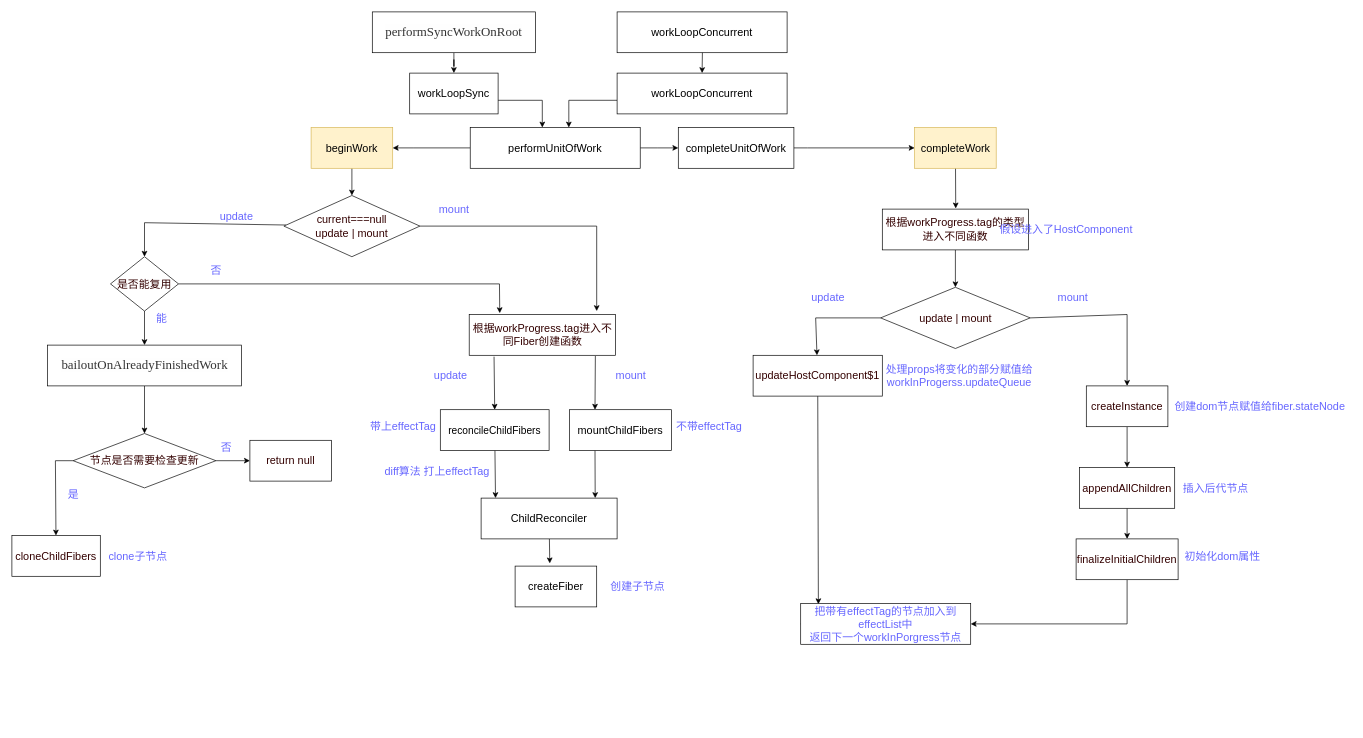
xiaochen1024/react_code keeps this draw.io diagram as page "Page-5" (5 of 9) of 第五章_0.drawio. Above is the earlier version. Source tidied: cells renumbered, new cells numbered last; positions are measured from the earlier drawing's top-left corner, leaving out a move shared by most shapes. Both pictures are drawn from the tidied source at 68%, with x=0, y=0 at pixel (12, 12).
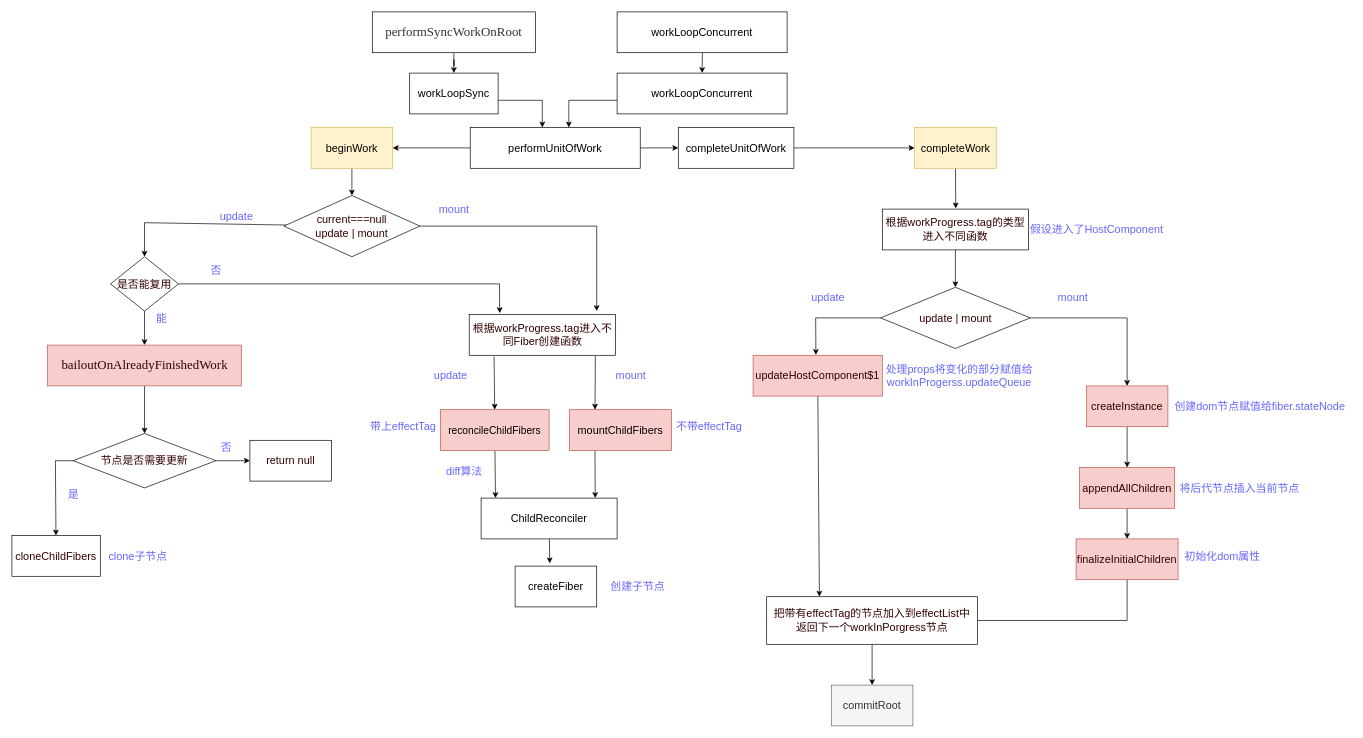
The same diagram, later.

Unchanged cells that the change refers to:
```xml
<mxCell id="55" value="&lt;font color=&quot;#330000&quot;&gt;update | mount&lt;/font&gt;" style="rhombus;whiteSpace=wrap;html=1;strokeWidth=1;fontSize=16;fontColor=#6666FF;" parent="1" vertex="1">
  <mxGeometry x="1277.5" y="405" width="220" height="90" as="geometry" />
</mxCell>
```

What changed in the source:
```diff
@@
-    <mxCell id="20" value="&lt;font style=&quot;font-size: 16px&quot;&gt;&lt;span style=&quot;font-size: 15px&quot;&gt;reconcileChildFibers&lt;/span&gt;&lt;br&gt;&lt;/font&gt;" style="whiteSpace=wrap;html=1;rounded=0;strokeWidth=1;" parent="1" vertex="1">
+    <mxCell id="20" value="&lt;font style=&quot;font-size: 16px&quot;&gt;&lt;span style=&quot;font-size: 15px&quot;&gt;reconcileChildFibers&lt;/span&gt;&lt;br&gt;&lt;/font&gt;" style="whiteSpace=wrap;html=1;rounded=0;strokeWidth=1;fillColor=#f8cecc;strokeColor=#b85450;" parent="1" vertex="1">
       <mxGeometry x="630" y="585" width="160" height="60" as="geometry" />
     </mxCell>
@@
-    <mxCell id="22" value="&lt;span style=&quot;font-size: 16px&quot;&gt;mountChildFibers&lt;/span&gt;" style="whiteSpace=wrap;html=1;rounded=0;strokeWidth=1;" parent="1" vertex="1">
+    <mxCell id="22" value="&lt;span style=&quot;font-size: 16px&quot;&gt;mountChildFibers&lt;/span&gt;" style="whiteSpace=wrap;html=1;rounded=0;strokeWidth=1;fillColor=#f8cecc;strokeColor=#b85450;" parent="1" vertex="1">
       <mxGeometry x="820" y="585" width="150" height="60" as="geometry" />
     </mxCell>
@@
-    <mxCell id="33" value="&lt;span style=&quot;color: rgb(51 , 51 , 51) ; font-family: &amp;#34;vollkorn&amp;#34; , &amp;#34;palatino&amp;#34; , &amp;#34;times&amp;#34; ; font-size: 19px ; text-align: justify ; background-color: rgb(254 , 254 , 254)&quot;&gt;bailoutOnAlreadyFinishedWork&lt;/span&gt;" style="rounded=0;whiteSpace=wrap;html=1;strokeWidth=1;fontSize=16;fontColor=#6666FF;" parent="1" vertex="1">
+    <mxCell id="33" value="&lt;span style=&quot;font-family: &amp;#34;vollkorn&amp;#34; , &amp;#34;palatino&amp;#34; , &amp;#34;times&amp;#34; ; font-size: 19px ; text-align: justify ; background-color: rgb(248 , 206 , 204)&quot;&gt;&lt;font color=&quot;#330000&quot;&gt;bailoutOnAlreadyFinishedWork&lt;/font&gt;&lt;/span&gt;" style="rounded=0;whiteSpace=wrap;html=1;strokeWidth=1;fontSize=16;strokeColor=#b85450;fillColor=#f8cecc;" parent="1" vertex="1">
       <mxGeometry x="52.5" y="490" width="285" height="60" as="geometry" />
     </mxCell>
@@
-    <mxCell id="43" value="&lt;font color=&quot;#330000&quot;&gt;节点是否需要检查更新&lt;/font&gt;" style="rhombus;whiteSpace=wrap;html=1;strokeWidth=1;fontSize=16;fontColor=#6666FF;" parent="1" vertex="1">
+    <mxCell id="43" value="&lt;font color=&quot;#330000&quot;&gt;节点是否需要更新&lt;/font&gt;" style="rhombus;whiteSpace=wrap;html=1;strokeWidth=1;fontSize=16;fontColor=#6666FF;" parent="1" vertex="1">
       <mxGeometry x="90" y="620" width="210" height="80" as="geometry" />
     </mxCell>
@@
-    <mxCell id="46" value="diff算法 打上effectTag" style="text;html=1;align=center;verticalAlign=middle;fontSize=16;fontColor=#6666FF;" parent="1" vertex="1">
-      <mxGeometry x="540" y="665" width="170" height="20" as="geometry" />
+    <mxCell id="46" value="diff算法" style="text;html=1;align=center;verticalAlign=middle;fontSize=16;fontColor=#6666FF;" parent="1" vertex="1">
+      <mxGeometry x="630" y="665" width="70" height="20" as="geometry" />
     </mxCell>
@@
     <mxCell id="53" style="edgeStyle=none;rounded=0;jettySize=auto;html=1;entryX=0.5;entryY=0;entryDx=0;entryDy=0;strokeWidth=1;fontSize=16;fontColor=#6666FF;exitX=1;exitY=0.5;exitDx=0;exitDy=0;" parent="1" edge="1" source="55" target="57">
       <mxGeometry relative="1" as="geometry">
         <Array as="points">
-          <mxPoint x="1640" y="445" />
+          <mxPoint x="1640" y="450" />
         </Array>
       </mxGeometry>
     </mxCell>
-    <mxCell id="54" style="edgeStyle=none;rounded=0;jettySize=auto;html=1;exitX=0;exitY=0.5;exitDx=0;exitDy=0;strokeWidth=1;fontSize=16;fontColor=#6666FF;" parent="1" edge="1" source="55" target="60">
+    <mxCell id="54" style="edgeStyle=none;rounded=0;jettySize=auto;html=1;exitX=0;exitY=0.5;exitDx=0;exitDy=0;strokeWidth=1;fontSize=16;fontColor=#6666FF;entryX=0.486;entryY=-0.008;entryDx=0;entryDy=0;entryPerimeter=0;" parent="1" edge="1" source="55" target="60">
       <mxGeometry relative="1" as="geometry">
         <Array as="points">
           <mxPoint x="1182" y="450" />
         </Array>
       </mxGeometry>
     </mxCell>
@@
-    <mxCell id="57" value="&lt;font color=&quot;#330000&quot;&gt;createInstance&lt;/font&gt;" style="rounded=0;whiteSpace=wrap;html=1;strokeWidth=1;fontSize=16;fontColor=#6666FF;" parent="1" vertex="1">
+    <mxCell id="57" value="&lt;font color=&quot;#330000&quot;&gt;createInstance&lt;/font&gt;" style="rounded=0;whiteSpace=wrap;html=1;strokeWidth=1;fontSize=16;fillColor=#f8cecc;strokeColor=#b85450;" parent="1" vertex="1">
       <mxGeometry x="1580" y="550" width="120" height="60" as="geometry" />
     </mxCell>
@@
-    <mxCell id="59" style="edgeStyle=none;rounded=0;jettySize=auto;html=1;entryX=0.104;entryY=0.017;entryDx=0;entryDy=0;entryPerimeter=0;strokeWidth=1;fontSize=16;fontColor=#6666FF;" parent="1" edge="1" source="60" target="76">
+    <mxCell id="59" style="edgeStyle=none;rounded=0;jettySize=auto;html=1;entryX=0.25;entryY=0;entryDx=0;entryDy=0;strokeWidth=1;fontSize=16;fontColor=#6666FF;" parent="1" edge="1" source="60" target="76">
       <mxGeometry relative="1" as="geometry" />
     </mxCell>
-    <mxCell id="60" value="&lt;font color=&quot;#330000&quot;&gt;updateHostComponent$1&lt;/font&gt;" style="rounded=0;whiteSpace=wrap;html=1;strokeWidth=1;fontSize=16;fontColor=#6666FF;" parent="1" vertex="1">
+    <mxCell id="60" value="&lt;font color=&quot;#330000&quot;&gt;updateHostComponent$1&lt;/font&gt;" style="rounded=0;whiteSpace=wrap;html=1;strokeWidth=1;fontSize=16;fillColor=#f8cecc;strokeColor=#b85450;" parent="1" vertex="1">
       <mxGeometry x="1090" y="505" width="190" height="60" as="geometry" />
     </mxCell>
@@
     <mxCell id="62" value="假设进入了HostComponent" style="text;html=1;align=center;verticalAlign=middle;fontSize=16;fontColor=#6666FF;" parent="1" vertex="1">
-      <mxGeometry x="1445" y="310" width="210" height="20" as="geometry" />
+      <mxGeometry x="1490" y="310" width="210" height="20" as="geometry" />
     </mxCell>
@@
-    <mxCell id="64" value="&lt;font color=&quot;#330000&quot;&gt;appendAllChildren&lt;/font&gt;" style="rounded=0;whiteSpace=wrap;html=1;strokeWidth=1;fontSize=16;fontColor=#6666FF;" parent="1" vertex="1">
+    <mxCell id="64" value="&lt;font color=&quot;#330000&quot;&gt;appendAllChildren&lt;/font&gt;" style="rounded=0;whiteSpace=wrap;html=1;strokeWidth=1;fontSize=16;fillColor=#f8cecc;strokeColor=#b85450;" parent="1" vertex="1">
       <mxGeometry x="1570" y="670" width="140" height="60" as="geometry" />
     </mxCell>
-    <mxCell id="65" style="edgeStyle=none;rounded=0;jettySize=auto;html=1;entryX=1;entryY=0.5;entryDx=0;entryDy=0;strokeWidth=1;fontSize=16;fontColor=#6666FF;" parent="1" edge="1" source="66" target="76">
+    <mxCell id="65" style="edgeStyle=none;rounded=0;jettySize=auto;html=1;strokeWidth=1;fontSize=16;fontColor=#6666FF;" parent="1" edge="1" source="66">
       <mxGeometry relative="1" as="geometry">
+        <mxPoint x="1400" y="895" as="targetPoint" />
         <Array as="points">
-          <mxPoint x="1640" y="900" />
+          <mxPoint x="1640" y="895" />
         </Array>
       </mxGeometry>
     </mxCell>
-    <mxCell id="66" value="&lt;font color=&quot;#330000&quot;&gt;finalizeInitialChildren&lt;/font&gt;" style="rounded=0;whiteSpace=wrap;html=1;strokeWidth=1;fontSize=16;fontColor=#6666FF;" parent="1" vertex="1">
+    <mxCell id="66" value="&lt;font color=&quot;#330000&quot;&gt;finalizeInitialChildren&lt;/font&gt;" style="rounded=0;whiteSpace=wrap;html=1;strokeWidth=1;fontSize=16;fillColor=#f8cecc;strokeColor=#b85450;" parent="1" vertex="1">
       <mxGeometry x="1565" y="775" width="150" height="60" as="geometry" />
     </mxCell>
@@
-    <mxCell id="72" value="插入后代节点" style="text;html=1;align=center;verticalAlign=middle;fontSize=16;fontColor=#6666FF;" parent="1" vertex="1">
-      <mxGeometry x="1715" y="690" width="110" height="20" as="geometry" />
+    <mxCell id="72" value="将后代节点插入当前节点" style="text;html=1;align=center;verticalAlign=middle;fontSize=16;fontColor=#6666FF;" parent="1" vertex="1">
+      <mxGeometry x="1710" y="690" width="190" height="20" as="geometry" />
     </mxCell>
@@
+    <mxCell id="77" style="edgeStyle=none;rounded=0;jettySize=auto;html=1;entryX=0.5;entryY=0;entryDx=0;entryDy=0;strokeWidth=1;fontSize=16;fontColor=#6666FF;" parent="1" edge="1" source="76" target="78">
+      <mxGeometry relative="1" as="geometry" />
+    </mxCell>
-    <mxCell id="76" value="把带有effectTag的节点加入到effectList中&lt;br&gt;返回下一个workInPorgress节点" style="rounded=0;whiteSpace=wrap;html=1;strokeWidth=1;fontSize=16;fontColor=#6666FF;" parent="1" vertex="1">
-      <mxGeometry x="1160" y="870" width="250" height="60" as="geometry" />
+    <mxCell id="76" value="&lt;font color=&quot;#330000&quot;&gt;把带有effectTag的节点加入到effectList中&lt;br&gt;返回下一个workInPorgress节点&lt;/font&gt;" style="rounded=0;whiteSpace=wrap;html=1;strokeWidth=1;fontSize=16;fontColor=#6666FF;" parent="1" vertex="1">
+      <mxGeometry x="1110" y="860" width="310" height="70" as="geometry" />
     </mxCell>
+    <mxCell id="78" value="&lt;font style=&quot;font-size: 16px&quot;&gt;commitRoot&lt;/font&gt;" style="whiteSpace=wrap;html=1;rounded=0;fillColor=#f5f5f5;strokeColor=#666666;fontColor=#333333;" parent="1" vertex="1">
+      <mxGeometry x="1205" y="990" width="120" height="60" as="geometry" />
+    </mxCell>
```
